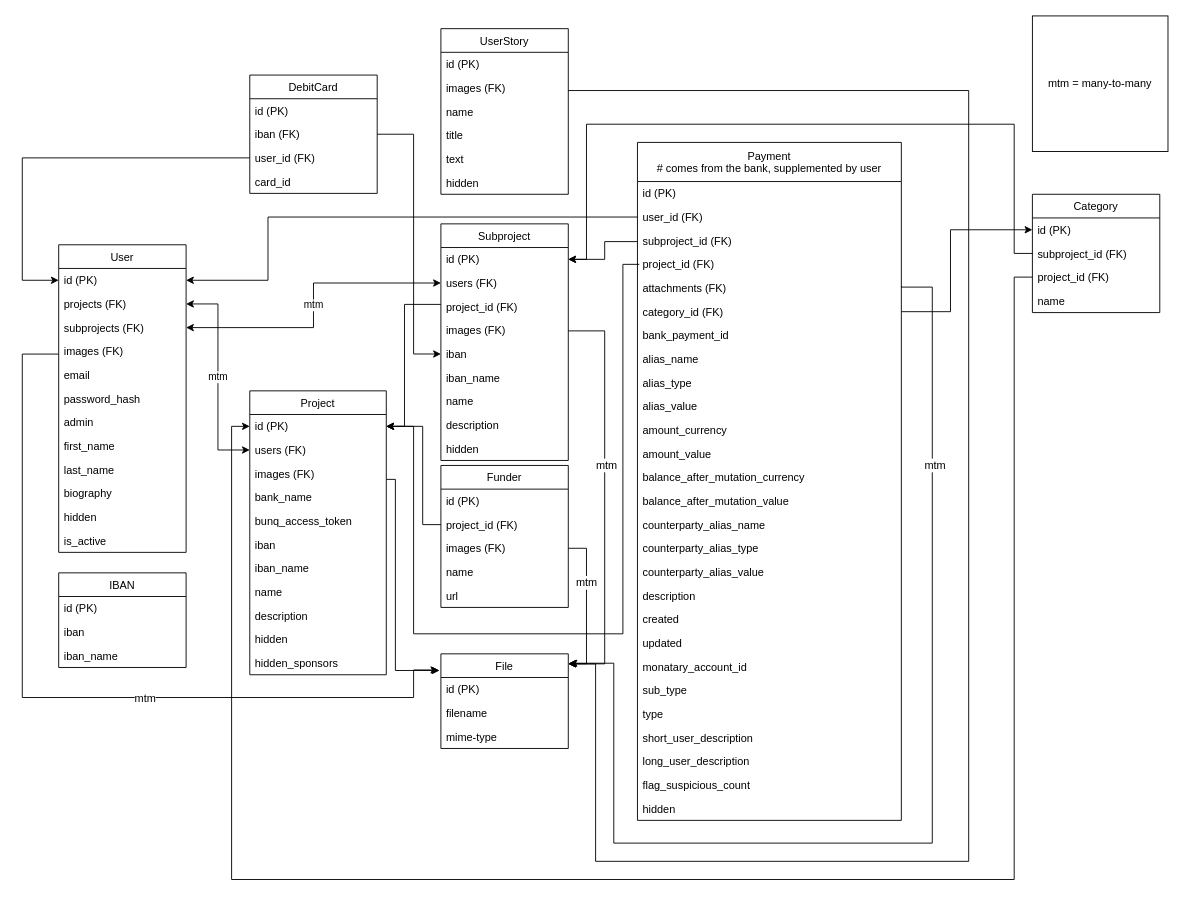
This is open_poen_database_schema.drawio from openstate/open-poen, a draw.io file, before an edit. Source tidied: cells renumbered, new cells numbered last; positions are measured from the earlier drawing's top-left corner, leaving out a move shared by most shapes. Both pictures are drawn from the tidied source at 91%, with x=0, y=0 at pixel (22, 15).
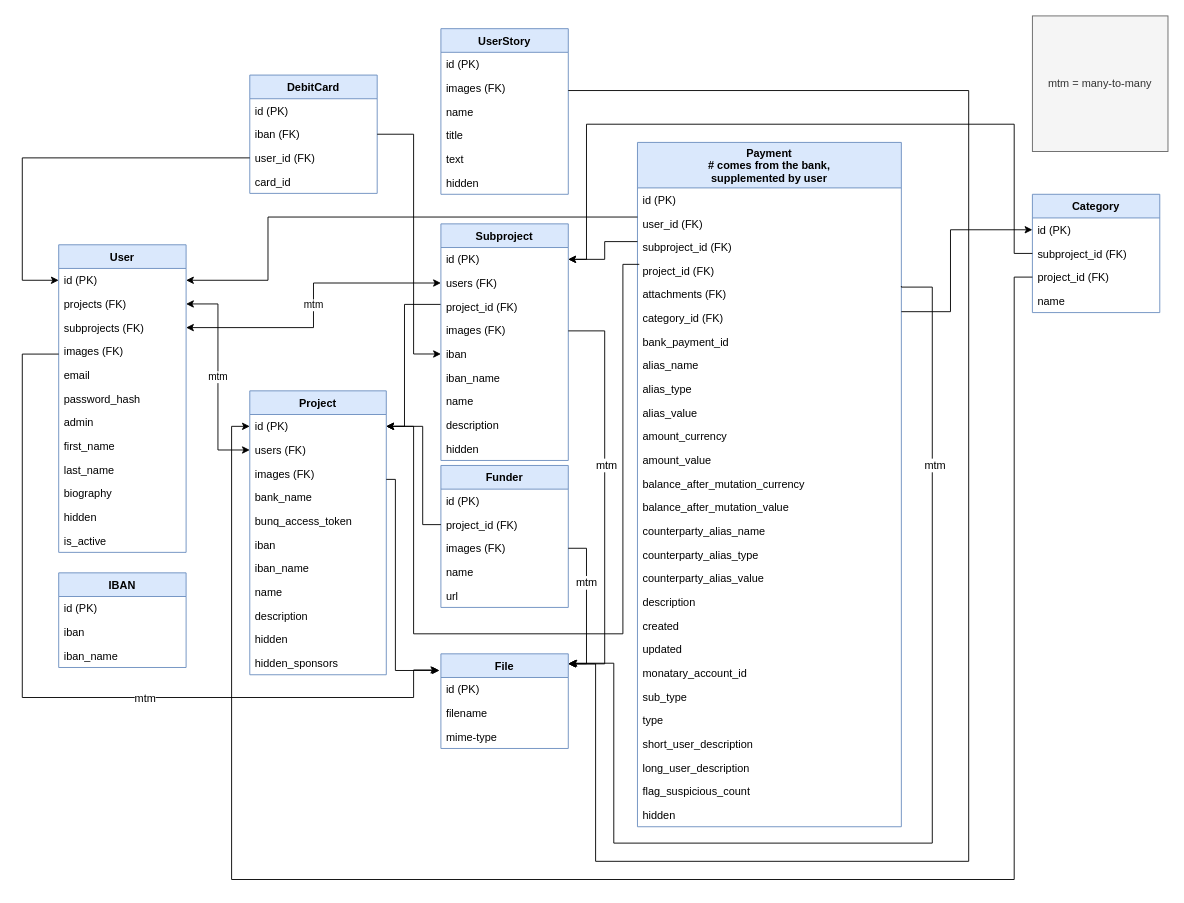
The same page after the edit.

Commit message:
Improve formatting of db schema

What changed in the source:
```diff
@@
-    <mxCell id="2" value="Payment&#10;# comes from the bank, supplemented by user" style="swimlane;fontStyle=0;horizontal=1;startSize=43;fillColor=none;" parent="1" vertex="1">
-      <mxGeometry x="676" y="139" width="290" height="745" as="geometry" />
+    <mxCell id="2" value="Payment&#10;# comes from the bank,&#10;supplemented by user" style="swimlane;fontStyle=1;horizontal=1;startSize=50;fillColor=#dae8fc;strokeColor=#6c8ebf;" parent="1" vertex="1">
+      <mxGeometry x="676" y="139" width="290" height="752" as="geometry" />
     </mxCell>
     <mxCell id="3" value="id (PK)&#10;" style="text;strokeColor=none;fillColor=none;align=left;verticalAlign=top;spacingLeft=4;spacingRight=4;overflow=hidden;" parent="2" vertex="1">
-      <mxGeometry y="43" width="290" height="26" as="geometry" />
+      <mxGeometry y="50" width="290" height="26" as="geometry" />
     </mxCell>
     <mxCell id="4" value="user_id (FK)" style="text;strokeColor=none;fillColor=none;align=left;verticalAlign=top;spacingLeft=4;spacingRight=4;overflow=hidden;points=[[0,0.5],[1,0.5]];portConstraint=eastwest;" parent="2" vertex="1">
-      <mxGeometry y="69" width="290" height="26" as="geometry" />
+      <mxGeometry y="76" width="290" height="26" as="geometry" />
     </mxCell>
     <mxCell id="5" value="subproject_id (FK)&#10;" style="text;strokeColor=none;fillColor=none;align=left;verticalAlign=top;spacingLeft=4;spacingRight=4;overflow=hidden;points=[[0,0.5],[1,0.5]];portConstraint=eastwest;" parent="2" vertex="1">
-      <mxGeometry y="95" width="290" height="26" as="geometry" />
+      <mxGeometry y="102" width="290" height="26" as="geometry" />
     </mxCell>
     <mxCell id="6" value="project_id (FK)&#10;" style="text;strokeColor=none;fillColor=none;align=left;verticalAlign=top;spacingLeft=4;spacingRight=4;overflow=hidden;" parent="2" vertex="1">
-      <mxGeometry y="121" width="290" height="26" as="geometry" />
+      <mxGeometry y="128" width="290" height="26" as="geometry" />
     </mxCell>
     <mxCell id="7" value="attachments (FK)" style="text;strokeColor=none;fillColor=none;align=left;verticalAlign=top;spacingLeft=4;spacingRight=4;overflow=hidden;" parent="2" vertex="1">
-      <mxGeometry y="147" width="290" height="26" as="geometry" />
+      <mxGeometry y="154" width="290" height="26" as="geometry" />
     </mxCell>
     <mxCell id="8" value="category_id (FK)" style="text;strokeColor=none;fillColor=none;align=left;verticalAlign=top;spacingLeft=4;spacingRight=4;overflow=hidden;points=[[0,0.5],[1,0.5]];portConstraint=eastwest;" parent="2" vertex="1">
-      <mxGeometry y="173" width="290" height="26" as="geometry" />
+      <mxGeometry y="180" width="290" height="26" as="geometry" />
     </mxCell>
     <mxCell id="9" value="bank_payment_id" style="text;strokeColor=none;fillColor=none;align=left;verticalAlign=top;spacingLeft=4;spacingRight=4;overflow=hidden;" parent="2" vertex="1">
-      <mxGeometry y="199" width="290" height="26" as="geometry" />
+      <mxGeometry y="206" width="290" height="26" as="geometry" />
     </mxCell>
     <mxCell id="10" value="alias_name" style="text;strokeColor=none;fillColor=none;align=left;verticalAlign=top;spacingLeft=4;spacingRight=4;overflow=hidden;" parent="2" vertex="1">
-      <mxGeometry y="225" width="290" height="26" as="geometry" />
+      <mxGeometry y="232" width="290" height="26" as="geometry" />
     </mxCell>
     <mxCell id="11" value="alias_type" style="text;strokeColor=none;fillColor=none;align=left;verticalAlign=top;spacingLeft=4;spacingRight=4;overflow=hidden;" parent="2" vertex="1">
-      <mxGeometry y="251" width="290" height="26" as="geometry" />
+      <mxGeometry y="258" width="290" height="26" as="geometry" />
     </mxCell>
     <mxCell id="12" value="alias_value" style="text;strokeColor=none;fillColor=none;align=left;verticalAlign=top;spacingLeft=4;spacingRight=4;overflow=hidden;" parent="2" vertex="1">
-      <mxGeometry y="277" width="290" height="26" as="geometry" />
+      <mxGeometry y="284" width="290" height="26" as="geometry" />
     </mxCell>
     <mxCell id="13" value="amount_currency" style="text;strokeColor=none;fillColor=none;align=left;verticalAlign=top;spacingLeft=4;spacingRight=4;overflow=hidden;" parent="2" vertex="1">
-      <mxGeometry y="303" width="290" height="26" as="geometry" />
+      <mxGeometry y="310" width="290" height="26" as="geometry" />
     </mxCell>
     <mxCell id="14" value="amount_value" style="text;strokeColor=none;fillColor=none;align=left;verticalAlign=top;spacingLeft=4;spacingRight=4;overflow=hidden;" parent="2" vertex="1">
-      <mxGeometry y="329" width="290" height="26" as="geometry" />
+      <mxGeometry y="336" width="290" height="26" as="geometry" />
     </mxCell>
     <mxCell id="15" value="balance_after_mutation_currency" style="text;strokeColor=none;fillColor=none;align=left;verticalAlign=top;spacingLeft=4;spacingRight=4;overflow=hidden;" parent="2" vertex="1">
-      <mxGeometry y="355" width="290" height="26" as="geometry" />
+      <mxGeometry y="362" width="290" height="26" as="geometry" />
     </mxCell>
     <mxCell id="16" value="balance_after_mutation_value" style="text;strokeColor=none;fillColor=none;align=left;verticalAlign=top;spacingLeft=4;spacingRight=4;overflow=hidden;" parent="2" vertex="1">
-      <mxGeometry y="381" width="290" height="26" as="geometry" />
+      <mxGeometry y="388" width="290" height="26" as="geometry" />
     </mxCell>
     <mxCell id="17" value="counterparty_alias_name" style="text;strokeColor=none;fillColor=none;align=left;verticalAlign=top;spacingLeft=4;spacingRight=4;overflow=hidden;" parent="2" vertex="1">
-      <mxGeometry y="407" width="290" height="26" as="geometry" />
+      <mxGeometry y="414" width="290" height="26" as="geometry" />
     </mxCell>
     <mxCell id="18" value="counterparty_alias_type" style="text;strokeColor=none;fillColor=none;align=left;verticalAlign=top;spacingLeft=4;spacingRight=4;overflow=hidden;" parent="2" vertex="1">
-      <mxGeometry y="433" width="290" height="26" as="geometry" />
+      <mxGeometry y="440" width="290" height="26" as="geometry" />
     </mxCell>
     <mxCell id="19" value="counterparty_alias_value" style="text;strokeColor=none;fillColor=none;align=left;verticalAlign=top;spacingLeft=4;spacingRight=4;overflow=hidden;" parent="2" vertex="1">
-      <mxGeometry y="459" width="290" height="26" as="geometry" />
+      <mxGeometry y="466" width="290" height="26" as="geometry" />
     </mxCell>
     <mxCell id="20" value="description" style="text;strokeColor=none;fillColor=none;align=left;verticalAlign=top;spacingLeft=4;spacingRight=4;overflow=hidden;" parent="2" vertex="1">
-      <mxGeometry y="485" width="290" height="26" as="geometry" />
+      <mxGeometry y="492" width="290" height="26" as="geometry" />
     </mxCell>
     <mxCell id="21" value="created" style="text;strokeColor=none;fillColor=none;align=left;verticalAlign=top;spacingLeft=4;spacingRight=4;overflow=hidden;" parent="2" vertex="1">
-      <mxGeometry y="511" width="290" height="26" as="geometry" />
+      <mxGeometry y="518" width="290" height="26" as="geometry" />
     </mxCell>
     <mxCell id="22" value="updated" style="text;strokeColor=none;fillColor=none;align=left;verticalAlign=top;spacingLeft=4;spacingRight=4;overflow=hidden;" parent="2" vertex="1">
-      <mxGeometry y="537" width="290" height="26" as="geometry" />
+      <mxGeometry y="544" width="290" height="26" as="geometry" />
     </mxCell>
     <mxCell id="23" value="monatary_account_id" style="text;strokeColor=none;fillColor=none;align=left;verticalAlign=top;spacingLeft=4;spacingRight=4;overflow=hidden;" parent="2" vertex="1">
-      <mxGeometry y="563" width="290" height="26" as="geometry" />
+      <mxGeometry y="570" width="290" height="26" as="geometry" />
     </mxCell>
     <mxCell id="24" value="sub_type" style="text;strokeColor=none;fillColor=none;align=left;verticalAlign=top;spacingLeft=4;spacingRight=4;overflow=hidden;" parent="2" vertex="1">
-      <mxGeometry y="589" width="290" height="26" as="geometry" />
+      <mxGeometry y="596" width="290" height="26" as="geometry" />
     </mxCell>
     <mxCell id="25" value="type" style="text;strokeColor=none;fillColor=none;align=left;verticalAlign=top;spacingLeft=4;spacingRight=4;overflow=hidden;" parent="2" vertex="1">
-      <mxGeometry y="615" width="290" height="26" as="geometry" />
+      <mxGeometry y="622" width="290" height="26" as="geometry" />
     </mxCell>
     <mxCell id="26" value="short_user_description" style="text;strokeColor=none;fillColor=none;align=left;verticalAlign=top;spacingLeft=4;spacingRight=4;overflow=hidden;" parent="2" vertex="1">
-      <mxGeometry y="641" width="290" height="26" as="geometry" />
+      <mxGeometry y="648" width="290" height="26" as="geometry" />
     </mxCell>
     <mxCell id="27" value="long_user_description" style="text;strokeColor=none;fillColor=none;align=left;verticalAlign=top;spacingLeft=4;spacingRight=4;overflow=hidden;" parent="2" vertex="1">
-      <mxGeometry y="667" width="290" height="26" as="geometry" />
+      <mxGeometry y="674" width="290" height="26" as="geometry" />
     </mxCell>
     <mxCell id="28" value="flag_suspicious_count" style="text;strokeColor=none;fillColor=none;align=left;verticalAlign=top;spacingLeft=4;spacingRight=4;overflow=hidden;" parent="2" vertex="1">
-      <mxGeometry y="693" width="290" height="26" as="geometry" />
+      <mxGeometry y="700" width="290" height="26" as="geometry" />
     </mxCell>
     <mxCell id="29" value="hidden" style="text;strokeColor=none;fillColor=none;align=left;verticalAlign=top;spacingLeft=4;spacingRight=4;overflow=hidden;" parent="2" vertex="1">
-      <mxGeometry y="719" width="290" height="26" as="geometry" />
+      <mxGeometry y="726" width="290" height="26" as="geometry" />
     </mxCell>
-    <mxCell id="30" value="User" style="swimlane;fontStyle=0;horizontal=1;startSize=26;fillColor=none;" parent="1" vertex="1">
+    <mxCell id="30" value="User" style="swimlane;fontStyle=1;horizontal=1;startSize=26;fillColor=#dae8fc;strokeColor=#6c8ebf;" parent="1" vertex="1">
       <mxGeometry x="40" y="251.5" width="140" height="338" as="geometry" />
     </mxCell>
@@
-    <mxCell id="44" value="Project" style="swimlane;fontStyle=0;horizontal=1;startSize=26;fillColor=none;" parent="1" vertex="1">
+    <mxCell id="44" value="Project" style="swimlane;fontStyle=1;horizontal=1;startSize=26;fillColor=#dae8fc;strokeColor=#6c8ebf;" parent="1" vertex="1">
       <mxGeometry x="250" y="412" width="150" height="312" as="geometry" />
     </mxCell>
@@
-    <mxCell id="57" value="Subproject" style="swimlane;fontStyle=0;horizontal=1;startSize=26;fillColor=none;" parent="1" vertex="1">
+    <mxCell id="57" value="Subproject" style="swimlane;fontStyle=1;horizontal=1;startSize=26;fillColor=#dae8fc;strokeColor=#6c8ebf;" parent="1" vertex="1">
       <mxGeometry x="460" y="228.5" width="140" height="260" as="geometry" />
     </mxCell>
@@
-    <mxCell id="68" value="UserStory" style="swimlane;fontStyle=0;horizontal=1;startSize=26;fillColor=none;" parent="1" vertex="1">
+    <mxCell id="68" value="UserStory" style="swimlane;fontStyle=1;horizontal=1;startSize=26;fillColor=#dae8fc;strokeColor=#6c8ebf;" parent="1" vertex="1">
       <mxGeometry x="460" y="14" width="140" height="182" as="geometry" />
     </mxCell>
@@
-    <mxCell id="75" value="DebitCard" style="swimlane;fontStyle=0;horizontal=1;startSize=26;fillColor=none;" parent="1" vertex="1">
+    <mxCell id="75" value="DebitCard" style="swimlane;fontStyle=1;horizontal=1;startSize=26;fillColor=#dae8fc;strokeColor=#6c8ebf;" parent="1" vertex="1">
       <mxGeometry x="250" y="65" width="140" height="130" as="geometry" />
     </mxCell>
@@
-    <mxCell id="83" value="Funder" style="swimlane;fontStyle=0;horizontal=1;startSize=26;fillColor=none;" parent="1" vertex="1">
+    <mxCell id="83" value="Funder" style="swimlane;fontStyle=1;horizontal=1;startSize=26;fillColor=#dae8fc;strokeColor=#6c8ebf;" parent="1" vertex="1">
       <mxGeometry x="460" y="494" width="140" height="156" as="geometry" />
     </mxCell>
@@
-    <mxCell id="91" value="IBAN" style="swimlane;fontStyle=0;horizontal=1;startSize=26;fillColor=none;" parent="1" vertex="1">
+    <mxCell id="91" value="IBAN" style="swimlane;fontStyle=1;horizontal=1;startSize=26;fillColor=#dae8fc;strokeColor=#6c8ebf;" parent="1" vertex="1">
       <mxGeometry x="40" y="612" width="140" height="104" as="geometry" />
     </mxCell>
@@
-    <mxCell id="95" value="File" style="swimlane;fontStyle=0;horizontal=1;startSize=26;fillColor=none;" parent="1" vertex="1">
+    <mxCell id="95" value="File" style="swimlane;fontStyle=1;horizontal=1;startSize=26;fillColor=#dae8fc;strokeColor=#6c8ebf;" parent="1" vertex="1">
       <mxGeometry x="460" y="701" width="140" height="104" as="geometry" />
     </mxCell>
@@
-    <mxCell id="105" value="mtm = many-to-many" style="whiteSpace=wrap;html=1;" parent="1" vertex="1">
+    <mxCell id="105" value="mtm = many-to-many" style="whiteSpace=wrap;html=1;fillColor=#f5f5f5;strokeColor=#666666;fontColor=#333333;" parent="1" vertex="1">
       <mxGeometry x="1110" width="149" height="149" as="geometry" />
     </mxCell>
@@
-    <mxCell id="111" value="Category" style="swimlane;fontStyle=0;horizontal=1;startSize=26;fillColor=none;" parent="1" vertex="1">
+    <mxCell id="111" value="Category" style="swimlane;fontStyle=1;horizontal=1;startSize=26;fillColor=#dae8fc;strokeColor=#6c8ebf;" parent="1" vertex="1">
       <mxGeometry x="1110" y="196" width="140" height="130" as="geometry" />
     </mxCell>
```
